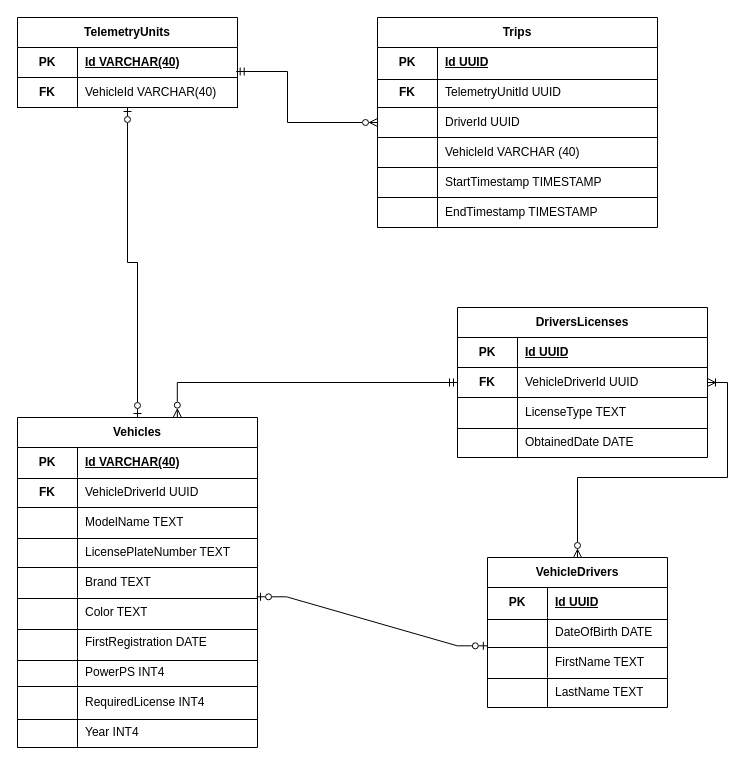
roger9867/FleetControl keeps this draw.io diagram as ER_MainService.drawio. Above is the earlier version. Source tidied: cells renumbered, new cells numbered last; positions are measured from the earlier drawing's top-left corner, leaving out a move shared by most shapes. Both pictures are drawn from the tidied source at 100%, with x=0, y=0 at pixel (17, 17).
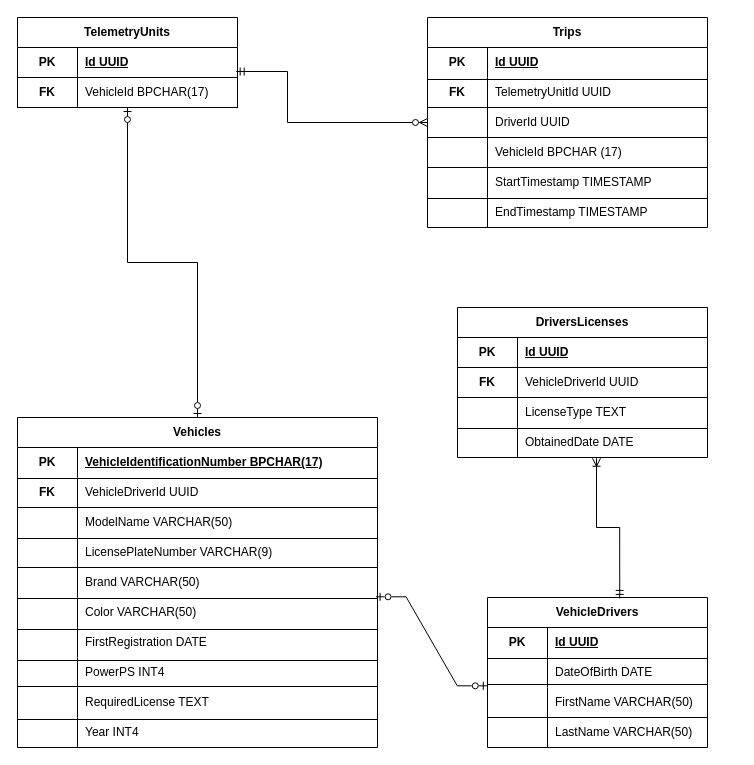
The same diagram, later.

Unchanged cells that the change refers to:
```xml
<mxCell id="3" style="shape=tableRow;horizontal=0;startSize=0;swimlaneHead=0;swimlaneBody=0;fillColor=none;points=[[0,0.5],[1,0.5]];portConstraint=eastwest;top=0;left=0;right=0;bottom=0;html=1;" parent="2" vertex="1">
  <mxGeometry y="30" width="220" height="30" as="geometry" />
</mxCell>
<mxCell id="6" style="shape=tableRow;horizontal=0;startSize=0;swimlaneHead=0;swimlaneBody=0;fillColor=none;top=0;left=0;right=0;bottom=1;html=1;" parent="2" vertex="1">
  <mxGeometry y="60" width="220" height="30" as="geometry" />
</mxCell>
<mxCell id="32" style="shape=tableRow;horizontal=0;startSize=0;swimlaneHead=0;swimlaneBody=0;fillColor=none;top=0;left=0;right=0;bottom=1;html=1;" parent="22" vertex="1">
  <mxGeometry y="120" width="280" height="30" as="geometry" />
</mxCell>
<mxCell id="78" style="shape=tableRow;horizontal=0;startSize=0;swimlaneHead=0;swimlaneBody=0;fillColor=none;points=[[0,0.5],[1,0.5]];portConstraint=eastwest;top=0;left=0;right=0;bottom=1;html=1;" parent="74" vertex="1">
  <mxGeometry y="60" width="250" height="30" as="geometry" />
</mxCell>
<mxCell id="84" style="shape=tableRow;horizontal=0;startSize=0;swimlaneHead=0;swimlaneBody=0;fillColor=none;points=[[0,0.5],[1,0.5]];portConstraint=eastwest;top=0;left=0;right=0;bottom=0;html=1;" parent="74" vertex="1">
  <mxGeometry y="120" width="250" height="30" as="geometry" />
</mxCell>
```

The edit, as a diff of the source:
```diff
@@
-    <mxCell id="5" value="&lt;div&gt;&lt;span style=&quot;background-color: transparent; color: light-dark(rgb(0, 0, 0), rgb(255, 255, 255));&quot;&gt;Id VARCHAR(40)&lt;/span&gt;&lt;/div&gt;" style="shape=partialRectangle;fillColor=none;top=0;left=0;bottom=0;right=0;align=left;spacingLeft=6;fontStyle=5;overflow=hidden;html=1;whiteSpace=wrap;" parent="3" vertex="1">
+    <mxCell id="5" value="&lt;div&gt;&lt;span style=&quot;background-color: transparent; color: light-dark(rgb(0, 0, 0), rgb(255, 255, 255));&quot;&gt;Id UUID&lt;/span&gt;&lt;/div&gt;" style="shape=partialRectangle;fillColor=none;top=0;left=0;bottom=0;right=0;align=left;spacingLeft=6;fontStyle=5;overflow=hidden;html=1;whiteSpace=wrap;" parent="3" vertex="1">
       <mxGeometry x="60" width="160" height="30" as="geometry" />
     </mxCell>
@@
-    <mxCell id="8" value="&lt;span style=&quot;font-weight: normal;&quot;&gt;VehicleId VARCHAR(40)&lt;/span&gt;" style="shape=partialRectangle;fillColor=none;top=0;left=0;bottom=0;right=0;align=left;spacingLeft=6;fontStyle=1;overflow=hidden;html=1;whiteSpace=wrap;" parent="6" vertex="1">
+    <mxCell id="8" value="&lt;span style=&quot;font-weight: normal;&quot;&gt;VehicleId BPCHAR(17)&lt;/span&gt;" style="shape=partialRectangle;fillColor=none;top=0;left=0;bottom=0;right=0;align=left;spacingLeft=6;fontStyle=1;overflow=hidden;html=1;whiteSpace=wrap;" parent="6" vertex="1">
       <mxGeometry x="60" width="160" height="30" as="geometry" />
     </mxCell>
     <mxCell id="9" value="VehicleDrivers" style="shape=table;startSize=30;childLayout=tableLayout;rowLines=0;fontStyle=1;align=center;html=1;whiteSpace=wrap;" parent="1" vertex="1">
-      <mxGeometry x="470" y="540" width="180" height="150" as="geometry" />
+      <mxGeometry x="470" y="580" width="220" height="150" as="geometry" />
     </mxCell>
     <mxCell id="10" style="shape=tableRow;horizontal=0;startSize=0;swimlaneHead=0;swimlaneBody=0;fillColor=none;top=0;left=0;right=0;bottom=0;html=1;" parent="9" vertex="1">
-      <mxGeometry y="30" width="180" height="30" as="geometry" />
+      <mxGeometry y="30" width="220" height="30" as="geometry" />
     </mxCell>
@@
     <mxCell id="12" value="Id UUID" style="shape=partialRectangle;fillColor=none;top=0;left=0;bottom=0;right=0;align=left;spacingLeft=6;fontStyle=5;overflow=hidden;html=1;whiteSpace=wrap;" parent="10" vertex="1">
-      <mxGeometry x="60" width="120" height="30" as="geometry" />
+      <mxGeometry x="60" width="160" height="30" as="geometry" />
     </mxCell>
     <mxCell id="13" style="shape=tableRow;horizontal=0;startSize=0;swimlaneHead=0;swimlaneBody=0;fillColor=none;top=0;left=0;right=0;bottom=0;html=1;" parent="9" vertex="1">
-      <mxGeometry y="60" width="180" height="30" as="geometry" />
+      <mxGeometry y="60" width="220" height="30" as="geometry" />
     </mxCell>
@@
     <mxCell id="15" value="DateOfBirth DATE" style="shape=partialRectangle;fillColor=none;top=0;left=0;bottom=0;right=0;align=left;spacingLeft=6;overflow=hidden;html=1;whiteSpace=wrap;" parent="13" vertex="1">
-      <mxGeometry x="60" width="120" height="30" as="geometry" />
+      <mxGeometry x="60" width="160" height="30" as="geometry" />
     </mxCell>
     <mxCell id="16" style="shape=tableRow;horizontal=0;startSize=0;swimlaneHead=0;swimlaneBody=0;fillColor=none;points=[[0,0.5],[1,0.5]];portConstraint=eastwest;top=0;left=0;right=0;bottom=0;html=1;" parent="9" vertex="1">
-      <mxGeometry y="90" width="180" height="30" as="geometry" />
+      <mxGeometry y="90" width="220" height="30" as="geometry" />
     </mxCell>
@@
-    <mxCell id="18" value="FirstName TEXT" style="shape=partialRectangle;fillColor=none;top=0;left=0;bottom=0;right=0;align=left;spacingLeft=6;overflow=hidden;html=1;whiteSpace=wrap;" parent="16" vertex="1">
-      <mxGeometry x="60" width="120" height="30" as="geometry" />
+    <mxCell id="18" value="FirstName VARCHAR(50)" style="shape=partialRectangle;fillColor=none;top=0;left=0;bottom=0;right=0;align=left;spacingLeft=6;overflow=hidden;html=1;whiteSpace=wrap;" parent="16" vertex="1">
+      <mxGeometry x="60" width="160" height="30" as="geometry" />
     </mxCell>
     <mxCell id="19" style="shape=tableRow;horizontal=0;startSize=0;swimlaneHead=0;swimlaneBody=0;fillColor=none;top=0;left=0;right=0;bottom=0;html=1;" parent="9" vertex="1">
-      <mxGeometry y="120" width="180" height="30" as="geometry" />
+      <mxGeometry y="120" width="220" height="30" as="geometry" />
     </mxCell>
@@
-    <mxCell id="21" value="LastName TEXT" style="shape=partialRectangle;fillColor=none;top=0;left=0;bottom=0;right=0;align=left;spacingLeft=6;overflow=hidden;html=1;whiteSpace=wrap;" parent="19" vertex="1">
-      <mxGeometry x="60" width="120" height="30" as="geometry" />
+    <mxCell id="21" value="LastName VARCHAR(50)" style="shape=partialRectangle;fillColor=none;top=0;left=0;bottom=0;right=0;align=left;spacingLeft=6;overflow=hidden;html=1;whiteSpace=wrap;" parent="19" vertex="1">
+      <mxGeometry x="60" width="160" height="30" as="geometry" />
     </mxCell>
     <mxCell id="22" value="Trips" style="shape=table;startSize=30;childLayout=tableLayout;rowLines=0;fontStyle=1;align=center;html=1;whiteSpace=wrap;" parent="1" vertex="1">
-      <mxGeometry x="360" width="280" height="210" as="geometry" />
+      <mxGeometry x="410" width="280" height="210" as="geometry" />
     </mxCell>
@@
-    <mxCell id="34" value="VehicleId VARCHAR (40)" style="shape=partialRectangle;fillColor=none;top=0;left=0;bottom=0;right=0;align=left;spacingLeft=6;fontStyle=0;overflow=hidden;html=1;whiteSpace=wrap;" parent="32" vertex="1">
+    <mxCell id="34" value="VehicleId BPCHAR (17)" style="shape=partialRectangle;fillColor=none;top=0;left=0;bottom=0;right=0;align=left;spacingLeft=6;fontStyle=0;overflow=hidden;html=1;whiteSpace=wrap;" parent="32" vertex="1">
       <mxGeometry x="60" width="220" height="30" as="geometry" />
     </mxCell>
@@
-    <mxCell id="42" style="edgeStyle=orthogonalEdgeStyle;rounded=0;jettySize=auto;html=1;entryX=0;entryY=0.5;entryDx=0;entryDy=0;startArrow=ERzeroToMany;startFill=0;endArrow=ERmandOne;endFill=0;exitX=0.666;exitY=-0.001;exitDx=0;exitDy=0;exitPerimeter=0;" parent="1" edge="1" source="43" target="78">
-      <mxGeometry relative="1" as="geometry" />
-    </mxCell>
     <mxCell id="43" value="Vehicles" style="shape=table;startSize=30;childLayout=tableLayout;rowLines=0;fontStyle=1;align=center;html=1;whiteSpace=wrap;" parent="1" vertex="1">
-      <mxGeometry y="400" width="240" height="330" as="geometry" />
+      <mxGeometry y="400" width="360" height="330" as="geometry" />
     </mxCell>
     <mxCell id="44" style="shape=tableRow;horizontal=0;startSize=0;swimlaneHead=0;swimlaneBody=0;fillColor=none;top=0;left=0;right=0;bottom=0;html=1;" parent="43" vertex="1">
-      <mxGeometry y="30" width="240" height="30" as="geometry" />
+      <mxGeometry y="30" width="360" height="30" as="geometry" />
     </mxCell>
@@
-    <mxCell id="46" value="Id VARCHAR(40)" style="shape=partialRectangle;fillColor=none;top=0;left=0;bottom=0;right=0;align=left;spacingLeft=6;fontStyle=5;overflow=hidden;html=1;whiteSpace=wrap;" parent="44" vertex="1">
-      <mxGeometry x="60" width="180" height="30" as="geometry" />
+    <mxCell id="46" value="VehicleIdentificationNumber BPCHAR(17)" style="shape=partialRectangle;fillColor=none;top=0;left=0;bottom=0;right=0;align=left;spacingLeft=6;fontStyle=5;overflow=hidden;html=1;whiteSpace=wrap;" parent="44" vertex="1">
+      <mxGeometry x="60" width="300" height="30" as="geometry" />
     </mxCell>
     <mxCell id="47" style="shape=tableRow;horizontal=0;startSize=0;swimlaneHead=0;swimlaneBody=0;fillColor=none;top=0;left=0;right=0;bottom=1;html=1;fontStyle=0;" parent="43" vertex="1">
-      <mxGeometry y="60" width="240" height="30" as="geometry" />
+      <mxGeometry y="60" width="360" height="30" as="geometry" />
     </mxCell>
@@
     <mxCell id="49" value="&lt;span style=&quot;font-weight: normal;&quot;&gt;VehicleDriverId UUID&lt;/span&gt;" style="shape=partialRectangle;fillColor=none;top=0;left=0;bottom=0;right=0;align=left;spacingLeft=6;fontStyle=1;overflow=hidden;html=1;whiteSpace=wrap;" parent="47" vertex="1">
-      <mxGeometry x="60" width="180" height="30" as="geometry" />
+      <mxGeometry x="60" width="300" height="30" as="geometry" />
     </mxCell>
     <mxCell id="50" style="shape=tableRow;horizontal=0;startSize=0;swimlaneHead=0;swimlaneBody=0;fillColor=none;top=0;left=0;right=0;bottom=0;html=1;" parent="43" vertex="1">
-      <mxGeometry y="90" width="240" height="30" as="geometry" />
+      <mxGeometry y="90" width="360" height="30" as="geometry" />
     </mxCell>
@@
-    <mxCell id="52" value="ModelName TEXT" style="shape=partialRectangle;fillColor=none;top=0;left=0;bottom=0;right=0;align=left;spacingLeft=6;overflow=hidden;html=1;whiteSpace=wrap;" parent="50" vertex="1">
-      <mxGeometry x="60" width="180" height="30" as="geometry" />
+    <mxCell id="52" value="ModelName VARCHAR(50)" style="shape=partialRectangle;fillColor=none;top=0;left=0;bottom=0;right=0;align=left;spacingLeft=6;overflow=hidden;html=1;whiteSpace=wrap;" parent="50" vertex="1">
+      <mxGeometry x="60" width="300" height="30" as="geometry" />
     </mxCell>
     <mxCell id="53" style="shape=tableRow;horizontal=0;startSize=0;swimlaneHead=0;swimlaneBody=0;fillColor=none;top=0;left=0;right=0;bottom=0;html=1;" parent="43" vertex="1">
-      <mxGeometry y="120" width="240" height="30" as="geometry" />
+      <mxGeometry y="120" width="360" height="30" as="geometry" />
     </mxCell>
@@
-    <mxCell id="55" value="LicensePlateNumber TEXT" style="shape=partialRectangle;fillColor=none;top=0;left=0;bottom=0;right=0;align=left;spacingLeft=6;overflow=hidden;html=1;whiteSpace=wrap;" parent="53" vertex="1">
-      <mxGeometry x="60" width="180" height="30" as="geometry" />
+    <mxCell id="55" value="LicensePlateNumber VARCHAR(9)" style="shape=partialRectangle;fillColor=none;top=0;left=0;bottom=0;right=0;align=left;spacingLeft=6;overflow=hidden;html=1;whiteSpace=wrap;" parent="53" vertex="1">
+      <mxGeometry x="60" width="300" height="30" as="geometry" />
     </mxCell>
     <mxCell id="56" style="shape=tableRow;horizontal=0;startSize=0;swimlaneHead=0;swimlaneBody=0;fillColor=none;top=0;left=0;right=0;bottom=0;html=1;" parent="43" vertex="1">
-      <mxGeometry y="150" width="240" height="30" as="geometry" />
+      <mxGeometry y="150" width="360" height="30" as="geometry" />
     </mxCell>
@@
-    <mxCell id="58" value="Brand TEXT" style="shape=partialRectangle;fillColor=none;top=0;left=0;bottom=0;right=0;align=left;spacingLeft=6;overflow=hidden;html=1;whiteSpace=wrap;" parent="56" vertex="1">
-      <mxGeometry x="60" width="180" height="30" as="geometry" />
+    <mxCell id="58" value="Brand VARCHAR(50)" style="shape=partialRectangle;fillColor=none;top=0;left=0;bottom=0;right=0;align=left;spacingLeft=6;overflow=hidden;html=1;whiteSpace=wrap;" parent="56" vertex="1">
+      <mxGeometry x="60" width="300" height="30" as="geometry" />
     </mxCell>
     <mxCell id="59" style="shape=tableRow;horizontal=0;startSize=0;swimlaneHead=0;swimlaneBody=0;fillColor=none;points=[[0,0.5],[1,0.5]];portConstraint=eastwest;top=0;left=0;right=0;bottom=0;html=1;" parent="43" vertex="1">
-      <mxGeometry y="180" width="240" height="30" as="geometry" />
+      <mxGeometry y="180" width="360" height="30" as="geometry" />
     </mxCell>
@@
-    <mxCell id="61" value="Color TEXT" style="shape=partialRectangle;fillColor=none;top=0;left=0;bottom=0;right=0;align=left;spacingLeft=6;overflow=hidden;html=1;whiteSpace=wrap;" parent="59" vertex="1">
-      <mxGeometry x="60" width="180" height="30" as="geometry" />
+    <mxCell id="61" value="Color VARCHAR(50)" style="shape=partialRectangle;fillColor=none;top=0;left=0;bottom=0;right=0;align=left;spacingLeft=6;overflow=hidden;html=1;whiteSpace=wrap;" parent="59" vertex="1">
+      <mxGeometry x="60" width="300" height="30" as="geometry" />
     </mxCell>
     <mxCell id="62" style="shape=tableRow;horizontal=0;startSize=0;swimlaneHead=0;swimlaneBody=0;fillColor=none;top=0;left=0;right=0;bottom=0;html=1;" parent="43" vertex="1">
-      <mxGeometry y="210" width="240" height="30" as="geometry" />
+      <mxGeometry y="210" width="360" height="30" as="geometry" />
     </mxCell>
@@
     <mxCell id="64" value="FirstRegistration DATE" style="shape=partialRectangle;fillColor=none;top=0;left=0;bottom=0;right=0;align=left;spacingLeft=6;overflow=hidden;html=1;whiteSpace=wrap;" parent="62" vertex="1">
-      <mxGeometry x="60" width="180" height="30" as="geometry" />
+      <mxGeometry x="60" width="300" height="30" as="geometry" />
     </mxCell>
     <mxCell id="65" style="shape=tableRow;horizontal=0;startSize=0;swimlaneHead=0;swimlaneBody=0;fillColor=none;top=0;left=0;right=0;bottom=0;html=1;" parent="43" vertex="1">
-      <mxGeometry y="240" width="240" height="30" as="geometry" />
+      <mxGeometry y="240" width="360" height="30" as="geometry" />
     </mxCell>
@@
     <mxCell id="67" value="PowerPS INT4" style="shape=partialRectangle;fillColor=none;top=0;left=0;bottom=0;right=0;align=left;spacingLeft=6;overflow=hidden;html=1;whiteSpace=wrap;" parent="65" vertex="1">
-      <mxGeometry x="60" width="180" height="30" as="geometry" />
+      <mxGeometry x="60" width="300" height="30" as="geometry" />
     </mxCell>
     <mxCell id="68" style="shape=tableRow;horizontal=0;startSize=0;swimlaneHead=0;swimlaneBody=0;fillColor=none;top=0;left=0;right=0;bottom=0;html=1;" parent="43" vertex="1">
-      <mxGeometry y="270" width="240" height="30" as="geometry" />
+      <mxGeometry y="270" width="360" height="30" as="geometry" />
     </mxCell>
@@
-    <mxCell id="70" value="RequiredLicense INT4" style="shape=partialRectangle;fillColor=none;top=0;left=0;bottom=0;right=0;align=left;spacingLeft=6;overflow=hidden;html=1;whiteSpace=wrap;" parent="68" vertex="1">
-      <mxGeometry x="60" width="180" height="30" as="geometry" />
+    <mxCell id="70" value="RequiredLicense TEXT" style="shape=partialRectangle;fillColor=none;top=0;left=0;bottom=0;right=0;align=left;spacingLeft=6;overflow=hidden;html=1;whiteSpace=wrap;" parent="68" vertex="1">
+      <mxGeometry x="60" width="300" height="30" as="geometry" />
     </mxCell>
     <mxCell id="71" style="shape=tableRow;horizontal=0;startSize=0;swimlaneHead=0;swimlaneBody=0;fillColor=none;top=0;left=0;right=0;bottom=0;html=1;" parent="43" vertex="1">
-      <mxGeometry y="300" width="240" height="30" as="geometry" />
+      <mxGeometry y="300" width="360" height="30" as="geometry" />
     </mxCell>
@@
     <mxCell id="73" value="Year INT4" style="shape=partialRectangle;fillColor=none;top=0;left=0;bottom=0;right=0;align=left;spacingLeft=6;overflow=hidden;html=1;whiteSpace=wrap;" parent="71" vertex="1">
-      <mxGeometry x="60" width="180" height="30" as="geometry" />
+      <mxGeometry x="60" width="300" height="30" as="geometry" />
     </mxCell>
@@
-    <mxCell id="88" style="edgeStyle=orthogonalEdgeStyle;rounded=0;jettySize=auto;html=1;entryX=1;entryY=0.5;entryDx=0;entryDy=0;startArrow=ERzeroToMany;startFill=0;endArrow=ERoneToMany;endFill=0;" parent="1" edge="1" source="9" target="78">
+    <mxCell id="88" style="edgeStyle=orthogonalEdgeStyle;rounded=0;jettySize=auto;html=1;startArrow=ERmandOne;startFill=0;endArrow=ERoneToMany;endFill=0;exitX=0.601;exitY=0.006;exitDx=0;exitDy=0;exitPerimeter=0;entryX=0.556;entryY=1.024;entryDx=0;entryDy=0;entryPerimeter=0;" parent="1" edge="1" source="9" target="84">
       <mxGeometry relative="1" as="geometry" />
     </mxCell>
@@
     <mxCell id="91" style="line;strokeWidth=1;dashed=0;labelPosition=right;align=left;verticalAlign=middle;spacingTop=0;spacingLeft=6;" parent="1" vertex="1">
-      <mxGeometry y="456" width="240" height="10" as="geometry" />
+      <mxGeometry y="456" width="360" height="10" as="geometry" />
     </mxCell>
     <mxCell id="92" style="line;strokeWidth=1;dashed=0;labelPosition=right;align=left;verticalAlign=middle;spacingTop=0;spacingLeft=6;" parent="1" vertex="1">
-      <mxGeometry y="516" width="240" height="10" as="geometry" />
+      <mxGeometry y="516" width="360" height="10" as="geometry" />
     </mxCell>
     <mxCell id="93" style="line;strokeWidth=1;dashed=0;labelPosition=right;align=left;verticalAlign=middle;spacingTop=0;spacingLeft=6;" parent="1" vertex="1">
-      <mxGeometry y="545" width="240" height="10" as="geometry" />
+      <mxGeometry y="545" width="360" height="10" as="geometry" />
     </mxCell>
     <mxCell id="94" style="line;strokeWidth=1;dashed=0;labelPosition=right;align=left;verticalAlign=middle;spacingTop=0;spacingLeft=6;" parent="1" vertex="1">
-      <mxGeometry y="576" width="240" height="10" as="geometry" />
+      <mxGeometry y="576" width="360" height="10" as="geometry" />
     </mxCell>
     <mxCell id="95" style="line;strokeWidth=1;dashed=0;labelPosition=right;align=left;verticalAlign=middle;spacingTop=0;spacingLeft=6;" parent="1" vertex="1">
-      <mxGeometry y="607" width="240" height="10" as="geometry" />
+      <mxGeometry y="607" width="360" height="10" as="geometry" />
     </mxCell>
     <mxCell id="96" style="line;strokeWidth=1;dashed=0;labelPosition=right;align=left;verticalAlign=middle;spacingTop=0;spacingLeft=6;" parent="1" vertex="1">
-      <mxGeometry y="638" width="240" height="10" as="geometry" />
+      <mxGeometry y="638" width="360" height="10" as="geometry" />
     </mxCell>
     <mxCell id="97" style="line;strokeWidth=1;dashed=0;labelPosition=right;align=left;verticalAlign=middle;spacingTop=0;spacingLeft=6;" parent="1" vertex="1">
-      <mxGeometry y="664" width="240" height="10" as="geometry" />
+      <mxGeometry y="664" width="360" height="10" as="geometry" />
     </mxCell>
     <mxCell id="98" style="line;strokeWidth=1;dashed=0;labelPosition=right;align=left;verticalAlign=middle;spacingTop=0;spacingLeft=6;" parent="1" vertex="1">
-      <mxGeometry y="697" width="240" height="10" as="geometry" />
+      <mxGeometry y="697" width="360" height="10" as="geometry" />
     </mxCell>
-    <mxCell id="99" style="line;strokeWidth=1;dashed=0;labelPosition=right;align=left;verticalAlign=middle;spacingTop=0;spacingLeft=6;" parent="1" vertex="1">
-      <mxGeometry x="470" y="597" width="180" height="10" as="geometry" />
-    </mxCell>
     <mxCell id="100" style="line;strokeWidth=1;dashed=0;labelPosition=right;align=left;verticalAlign=middle;spacingTop=0;spacingLeft=6;" parent="1" vertex="1">
-      <mxGeometry x="470" y="625" width="180" height="10" as="geometry" />
+      <mxGeometry x="470" y="636" width="220" height="10" as="geometry" />
     </mxCell>
     <mxCell id="101" style="line;strokeWidth=1;dashed=0;labelPosition=right;align=left;verticalAlign=middle;spacingTop=0;spacingLeft=6;" parent="1" vertex="1">
-      <mxGeometry x="470" y="656" width="180" height="10" as="geometry" />
+      <mxGeometry x="470" y="662" width="220" height="10" as="geometry" />
     </mxCell>
@@
     <mxCell id="104" style="line;strokeWidth=1;dashed=0;labelPosition=right;align=left;verticalAlign=middle;spacingTop=0;spacingLeft=6;" parent="1" vertex="1">
-      <mxGeometry x="360" y="57" width="280" height="10" as="geometry" />
+      <mxGeometry x="410" y="57" width="280" height="10" as="geometry" />
     </mxCell>
     <mxCell id="105" style="line;strokeWidth=1;dashed=0;labelPosition=right;align=left;verticalAlign=middle;spacingTop=0;spacingLeft=6;" parent="1" vertex="1">
-      <mxGeometry x="360" y="175" width="280" height="10" as="geometry" />
+      <mxGeometry x="410" y="176" width="280" height="10" as="geometry" />
     </mxCell>
+    <mxCell id="106" style="line;strokeWidth=1;dashed=0;labelPosition=right;align=left;verticalAlign=middle;spacingTop=0;spacingLeft=6;" parent="1" vertex="1">
+      <mxGeometry x="470" y="695" width="220" height="10" as="geometry" />
+    </mxCell>
```
